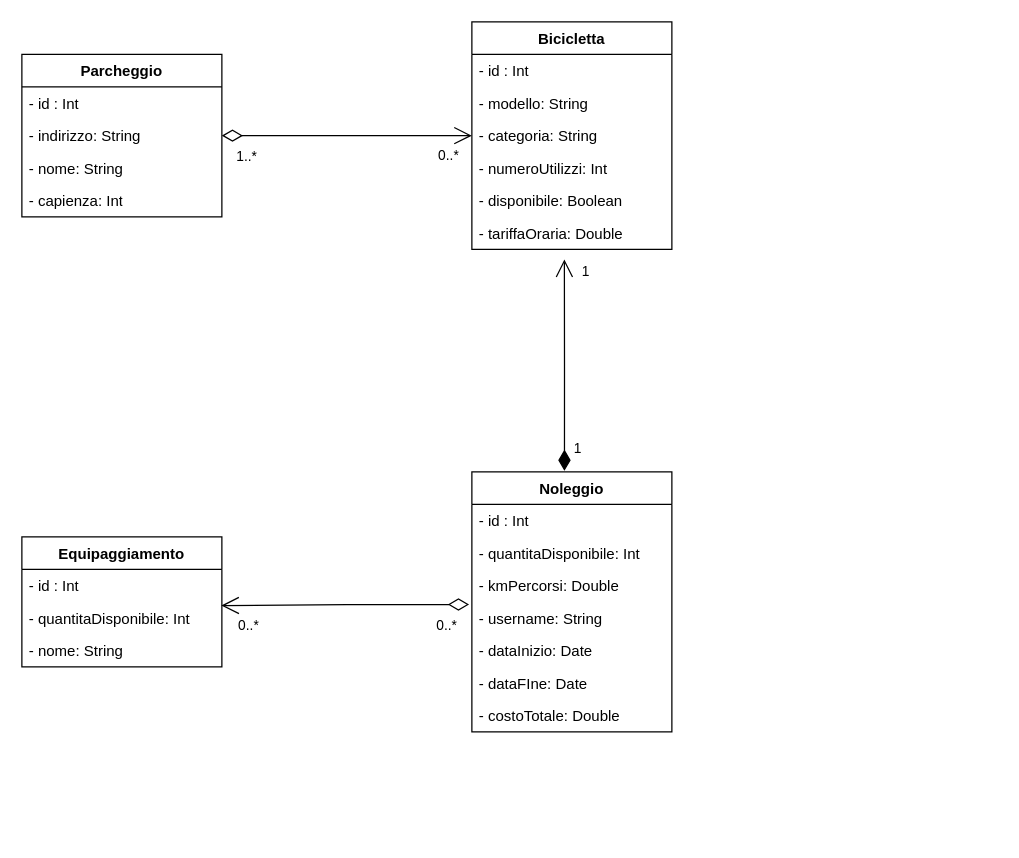
Earlier version of the draw.io diagram page "Models" (1 of 5) of docs/diagrams/BikeRent.drawio (antoSWN/BikeRent). Source tidied: cells renumbered, new cells numbered last; positions are measured from the earlier drawing's top-left corner, leaving out a move shared by most shapes. Both pictures are drawn from the tidied source at 125%, with x=0, y=0 at pixel (21, 21).
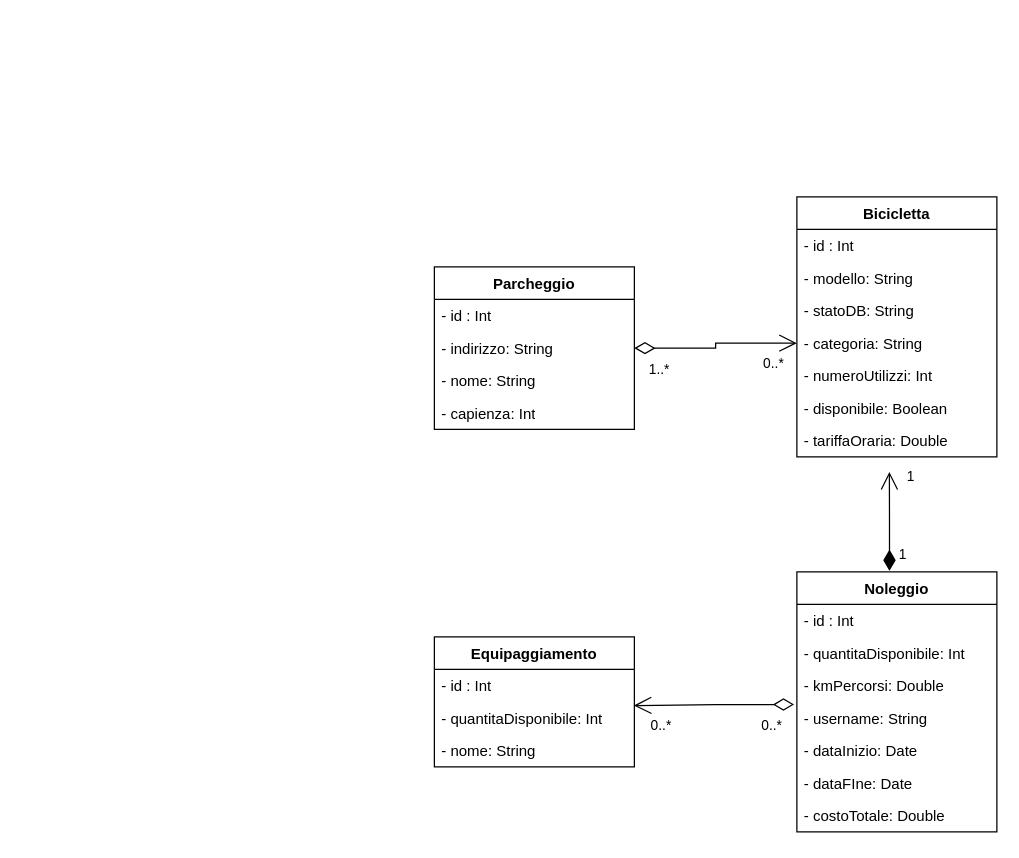
The same page after the edit.

Unchanged cells that the change refers to:
```xml
<mxCell id="22" value="- username: String" style="text;strokeColor=none;fillColor=none;align=left;verticalAlign=top;spacingLeft=4;spacingRight=4;overflow=hidden;points=[[0,0.5],[1,0.5]];portConstraint=eastwest;whiteSpace=wrap;html=1;labelBackgroundColor=none;rounded=0;" parent="18" vertex="1">
  <mxGeometry y="104" width="160" height="26" as="geometry" />
</mxCell>
<mxCell id="29" style="endArrow=open;html=1;endSize=12;startArrow=diamondThin;startSize=14;startFill=0;edgeStyle=orthogonalEdgeStyle;rounded=0;entryX=0;entryY=0.5;entryDx=0;entryDy=0;exitX=1;exitY=0.5;exitDx=0;exitDy=0;labelBackgroundColor=none;fontColor=default;" parent="1" edge="1" source="4" target="10">
  <mxGeometry relative="1" as="geometry" />
</mxCell>
```

The edit, as a diff of the source:
```diff
@@
     <mxCell id="2" value="Parcheggio" style="swimlane;fontStyle=1;align=center;verticalAlign=top;horizontal=1;startSize=26;whiteSpace=wrap;html=1;labelBackgroundColor=none;rounded=0;" parent="1" vertex="1">
-      <mxGeometry y="26" width="160" height="130" as="geometry" />
+      <mxGeometry x="330" y="196" width="160" height="130" as="geometry" />
     </mxCell>
-    <mxCell id="3" value="- id : Int" style="text;strokeColor=none;fillColor=none;align=left;verticalAlign=top;spacingLeft=4;spacingRight=4;overflow=hidden;whiteSpace=wrap;html=1;labelBackgroundColor=none;rounded=0;" parent="2" vertex="1">
-      <mxGeometry y="26" width="160" height="26" as="geometry" />
-    </mxCell>
+    <mxCell id="34" value="- id : Int" style="text;strokeColor=none;fillColor=none;align=left;verticalAlign=top;spacingLeft=4;spacingRight=4;overflow=hidden;whiteSpace=wrap;html=1;labelBackgroundColor=none;rounded=0;" parent="2" vertex="1">
+      <mxGeometry y="26" width="160" height="26" as="geometry" />
+    </mxCell>
@@
-    <mxCell id="5" value="- nome: String" style="text;strokeColor=none;fillColor=none;align=left;verticalAlign=top;spacingLeft=4;spacingRight=4;overflow=hidden;whiteSpace=wrap;html=1;labelBackgroundColor=none;rounded=0;" parent="2" vertex="1">
-      <mxGeometry y="78" width="160" height="26" as="geometry" />
-    </mxCell>
+    <mxCell id="35" value="- nome: String" style="text;strokeColor=none;fillColor=none;align=left;verticalAlign=top;spacingLeft=4;spacingRight=4;overflow=hidden;whiteSpace=wrap;html=1;labelBackgroundColor=none;rounded=0;" parent="2" vertex="1">
+      <mxGeometry y="78" width="160" height="26" as="geometry" />
+    </mxCell>
@@
     <mxCell id="7" value="Bicicletta" style="swimlane;fontStyle=1;align=center;verticalAlign=top;horizontal=1;startSize=26;whiteSpace=wrap;html=1;labelBackgroundColor=none;rounded=0;" parent="1" vertex="1">
-      <mxGeometry x="360" width="160" height="182" as="geometry" />
+      <mxGeometry x="620" y="140" width="160" height="208" as="geometry" />
     </mxCell>
-    <mxCell id="8" value="- id : Int" style="text;strokeColor=none;fillColor=none;align=left;verticalAlign=top;spacingLeft=4;spacingRight=4;overflow=hidden;whiteSpace=wrap;html=1;labelBackgroundColor=none;rounded=0;" parent="7" vertex="1">
-      <mxGeometry y="26" width="160" height="26" as="geometry" />
-    </mxCell>
+    <mxCell id="36" value="- id : Int" style="text;strokeColor=none;fillColor=none;align=left;verticalAlign=top;spacingLeft=4;spacingRight=4;overflow=hidden;whiteSpace=wrap;html=1;labelBackgroundColor=none;rounded=0;" parent="7" vertex="1">
+      <mxGeometry y="26" width="160" height="26" as="geometry" />
+    </mxCell>
@@
+    <mxCell id="37" value="- statoDB: String" style="text;strokeColor=none;fillColor=none;align=left;verticalAlign=top;spacingLeft=4;spacingRight=4;overflow=hidden;whiteSpace=wrap;html=1;labelBackgroundColor=none;rounded=0;" parent="7" vertex="1">
+      <mxGeometry y="78" width="160" height="26" as="geometry" />
+    </mxCell>
     <mxCell id="10" value="- categoria: String" style="text;strokeColor=none;fillColor=none;align=left;verticalAlign=top;spacingLeft=4;spacingRight=4;overflow=hidden;points=[[0,0.5],[1,0.5]];portConstraint=eastwest;whiteSpace=wrap;html=1;labelBackgroundColor=none;rounded=0;" parent="7" vertex="1">
-      <mxGeometry y="78" width="160" height="26" as="geometry" />
+      <mxGeometry y="104" width="160" height="26" as="geometry" />
     </mxCell>
     <mxCell id="11" value="- numeroUtilizzi: Int" style="text;strokeColor=none;fillColor=none;align=left;verticalAlign=top;spacingLeft=4;spacingRight=4;overflow=hidden;whiteSpace=wrap;html=1;labelBackgroundColor=none;rounded=0;" parent="7" vertex="1">
-      <mxGeometry y="104" width="160" height="26" as="geometry" />
+      <mxGeometry y="130" width="160" height="26" as="geometry" />
     </mxCell>
     <mxCell id="12" value="- disponibile: Boolean" style="text;strokeColor=none;fillColor=none;align=left;verticalAlign=top;spacingLeft=4;spacingRight=4;overflow=hidden;whiteSpace=wrap;html=1;labelBackgroundColor=none;rounded=0;" parent="7" vertex="1">
-      <mxGeometry y="130" width="160" height="26" as="geometry" />
+      <mxGeometry y="156" width="160" height="26" as="geometry" />
     </mxCell>
     <mxCell id="13" value="- tariffaOraria: Double" style="text;strokeColor=none;fillColor=none;align=left;verticalAlign=top;spacingLeft=4;spacingRight=4;overflow=hidden;whiteSpace=wrap;html=1;labelBackgroundColor=none;rounded=0;" parent="7" vertex="1">
-      <mxGeometry y="156" width="160" height="26" as="geometry" />
+      <mxGeometry y="182" width="160" height="26" as="geometry" />
     </mxCell>
     <mxCell id="14" value="Equipaggiamento" style="swimlane;fontStyle=1;align=center;verticalAlign=top;horizontal=1;startSize=26;whiteSpace=wrap;html=1;labelBackgroundColor=none;rounded=0;" parent="1" vertex="1">
-      <mxGeometry y="412" width="160" height="104" as="geometry" />
+      <mxGeometry x="330" y="492" width="160" height="104" as="geometry" />
     </mxCell>
-    <mxCell id="15" value="- id : Int" style="text;strokeColor=none;fillColor=none;align=left;verticalAlign=top;spacingLeft=4;spacingRight=4;overflow=hidden;whiteSpace=wrap;html=1;labelBackgroundColor=none;rounded=0;" parent="14" vertex="1">
-      <mxGeometry y="26" width="160" height="26" as="geometry" />
-    </mxCell>
-    <mxCell id="16" value="- quantitaDisponibile: Int" style="text;strokeColor=none;fillColor=none;align=left;verticalAlign=top;spacingLeft=4;spacingRight=4;overflow=hidden;points=[[0,0.5],[1,0.5]];portConstraint=eastwest;whiteSpace=wrap;html=1;labelBackgroundColor=none;rounded=0;" parent="14" vertex="1">
-      <mxGeometry y="52" width="160" height="26" as="geometry" />
-    </mxCell>
-    <mxCell id="17" value="- nome: String" style="text;strokeColor=none;fillColor=none;align=left;verticalAlign=top;spacingLeft=4;spacingRight=4;overflow=hidden;whiteSpace=wrap;html=1;labelBackgroundColor=none;rounded=0;" parent="14" vertex="1">
-      <mxGeometry y="78" width="160" height="26" as="geometry" />
-    </mxCell>
+    <mxCell id="38" value="- id : Int" style="text;strokeColor=none;fillColor=none;align=left;verticalAlign=top;spacingLeft=4;spacingRight=4;overflow=hidden;whiteSpace=wrap;html=1;labelBackgroundColor=none;rounded=0;" parent="14" vertex="1">
+      <mxGeometry y="26" width="160" height="26" as="geometry" />
+    </mxCell>
+    <mxCell id="39" value="- quantitaDisponibile: Int" style="text;strokeColor=none;fillColor=none;align=left;verticalAlign=top;spacingLeft=4;spacingRight=4;overflow=hidden;points=[[0,0.5],[1,0.5]];portConstraint=eastwest;whiteSpace=wrap;html=1;labelBackgroundColor=none;rounded=0;" parent="14" vertex="1">
+      <mxGeometry y="52" width="160" height="26" as="geometry" />
+    </mxCell>
+    <mxCell id="40" value="- nome: String" style="text;strokeColor=none;fillColor=none;align=left;verticalAlign=top;spacingLeft=4;spacingRight=4;overflow=hidden;whiteSpace=wrap;html=1;labelBackgroundColor=none;rounded=0;" parent="14" vertex="1">
+      <mxGeometry y="78" width="160" height="26" as="geometry" />
+    </mxCell>
     <mxCell id="18" value="Noleggio" style="swimlane;fontStyle=1;align=center;verticalAlign=top;horizontal=1;startSize=26;whiteSpace=wrap;html=1;labelBackgroundColor=none;rounded=0;" parent="1" vertex="1">
-      <mxGeometry x="360" y="360" width="160" height="208" as="geometry" />
+      <mxGeometry x="620" y="440" width="160" height="208" as="geometry" />
     </mxCell>
-    <mxCell id="19" value="- id : Int" style="text;strokeColor=none;fillColor=none;align=left;verticalAlign=top;spacingLeft=4;spacingRight=4;overflow=hidden;whiteSpace=wrap;html=1;labelBackgroundColor=none;rounded=0;" parent="18" vertex="1">
-      <mxGeometry y="26" width="160" height="26" as="geometry" />
-    </mxCell>
-    <mxCell id="20" value="- quantitaDisponibile: Int" style="text;strokeColor=none;fillColor=none;align=left;verticalAlign=top;spacingLeft=4;spacingRight=4;overflow=hidden;whiteSpace=wrap;html=1;labelBackgroundColor=none;rounded=0;" parent="18" vertex="1">
-      <mxGeometry y="52" width="160" height="26" as="geometry" />
-    </mxCell>
+    <mxCell id="41" value="- id : Int" style="text;strokeColor=none;fillColor=none;align=left;verticalAlign=top;spacingLeft=4;spacingRight=4;overflow=hidden;whiteSpace=wrap;html=1;labelBackgroundColor=none;rounded=0;" parent="18" vertex="1">
+      <mxGeometry y="26" width="160" height="26" as="geometry" />
+    </mxCell>
+    <mxCell id="42" value="- quantitaDisponibile: Int" style="text;strokeColor=none;fillColor=none;align=left;verticalAlign=top;spacingLeft=4;spacingRight=4;overflow=hidden;whiteSpace=wrap;html=1;labelBackgroundColor=none;rounded=0;" parent="18" vertex="1">
+      <mxGeometry y="52" width="160" height="26" as="geometry" />
+    </mxCell>
@@
-    <mxCell id="26" style="endArrow=open;html=1;endSize=12;startArrow=diamondThin;startSize=14;startFill=0;edgeStyle=orthogonalEdgeStyle;rounded=0;entryX=0.997;entryY=0.115;entryDx=0;entryDy=0;entryPerimeter=0;exitX=-0.014;exitY=0.083;exitDx=0;exitDy=0;exitPerimeter=0;labelBackgroundColor=none;fontColor=default;" parent="1" edge="1" source="22" target="16">
-      <mxGeometry relative="1" as="geometry" />
-    </mxCell>
+    <mxCell id="43" style="endArrow=open;html=1;endSize=12;startArrow=diamondThin;startSize=14;startFill=0;edgeStyle=orthogonalEdgeStyle;rounded=0;entryX=0.997;entryY=0.115;entryDx=0;entryDy=0;entryPerimeter=0;exitX=-0.014;exitY=0.083;exitDx=0;exitDy=0;exitPerimeter=0;labelBackgroundColor=none;fontColor=default;" parent="1" edge="1" source="22" target="39">
+      <mxGeometry relative="1" as="geometry" />
+    </mxCell>
-    <mxCell id="27" value="0..*" style="edgeLabel;html=1;align=left;verticalAlign=top;labelBackgroundColor=none;rounded=0;" parent="26" vertex="1">
+    <mxCell id="27" value="0..*" style="edgeLabel;html=1;align=left;verticalAlign=top;labelBackgroundColor=none;rounded=0;" parent="43" vertex="1">
       <mxGeometry x="-1" relative="1" as="geometry">
         <mxPoint x="-28" y="4" as="offset" />
       </mxGeometry>
     </mxCell>
-    <mxCell id="28" value="0..*" style="edgeLabel;html=1;align=right;verticalAlign=top;labelBackgroundColor=none;rounded=0;" parent="26" vertex="1">
-      <mxGeometry x="1" relative="1" as="geometry">
-        <mxPoint x="30" y="3" as="offset" />
-      </mxGeometry>
-    </mxCell>
+    <mxCell id="44" value="0..*" style="edgeLabel;html=1;align=right;verticalAlign=top;labelBackgroundColor=none;rounded=0;" parent="43" vertex="1">
+      <mxGeometry x="1" relative="1" as="geometry">
+        <mxPoint x="30" y="3" as="offset" />
+      </mxGeometry>
+    </mxCell>
@@
-    <mxCell id="31" value="0..*" style="edgeLabel;html=1;align=right;verticalAlign=top;labelBackgroundColor=none;rounded=0;" parent="29" vertex="1">
-      <mxGeometry x="1" relative="1" as="geometry">
-        <mxPoint x="-10" y="3" as="offset" />
-      </mxGeometry>
-    </mxCell>
+    <mxCell id="45" value="0..*" style="edgeLabel;html=1;align=right;verticalAlign=top;labelBackgroundColor=none;rounded=0;" parent="29" vertex="1">
+      <mxGeometry x="1" relative="1" as="geometry">
+        <mxPoint x="-10" y="3" as="offset" />
+      </mxGeometry>
+    </mxCell>
     <mxCell id="32" value="1" style="endArrow=open;html=1;endSize=12;startArrow=diamondThin;startSize=14;startFill=1;edgeStyle=orthogonalEdgeStyle;align=left;verticalAlign=bottom;rounded=0;exitX=0.463;exitY=-0.004;exitDx=0;exitDy=0;exitPerimeter=0;labelBackgroundColor=none;fontColor=default;" parent="1" edge="1" source="18">
       <mxGeometry x="-0.89" y="-6" relative="1" as="geometry">
-        <mxPoint x="434" y="190" as="targetPoint" />
+        <mxPoint x="694" y="360" as="targetPoint" />
       </mxGeometry>
     </mxCell>
     <mxCell id="33" value="1" style="edgeLabel;html=1;align=center;verticalAlign=middle;labelBackgroundColor=none;rounded=0;" parent="32" vertex="1">
       <mxGeometry x="0.52" y="-4" relative="1" as="geometry">
-        <mxPoint x="12" y="-31" as="offset" />
+        <mxPoint x="12" y="-16" as="offset" />
       </mxGeometry>
     </mxCell>
```
